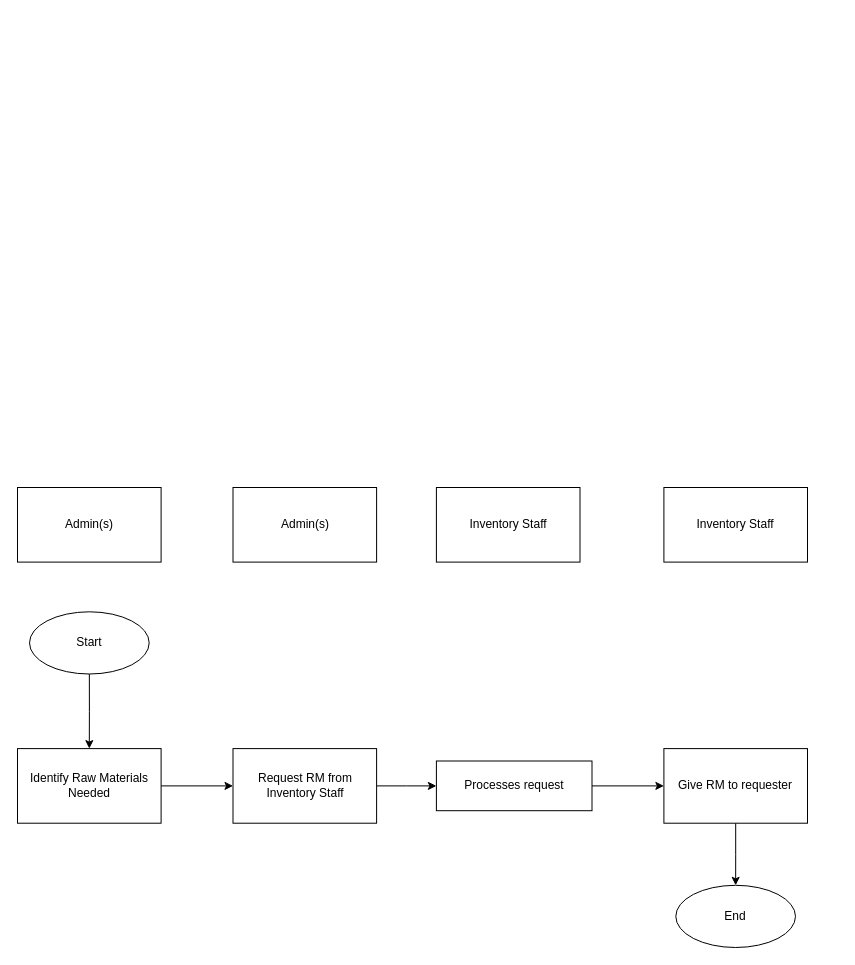
Before: page "(Process) Proposed Usage" (3 of 6) of docs/SugarCreationsFC.drawio in AllegoYuanPaolo/SC-Inventory-Project, a draw.io diagram. Source tidied: cells renumbered, new cells numbered last; positions are measured from the earlier drawing's top-left corner, leaving out a move shared by most shapes. Both pictures are drawn from the tidied source at 100%, with x=0, y=0 at pixel (17, 487).
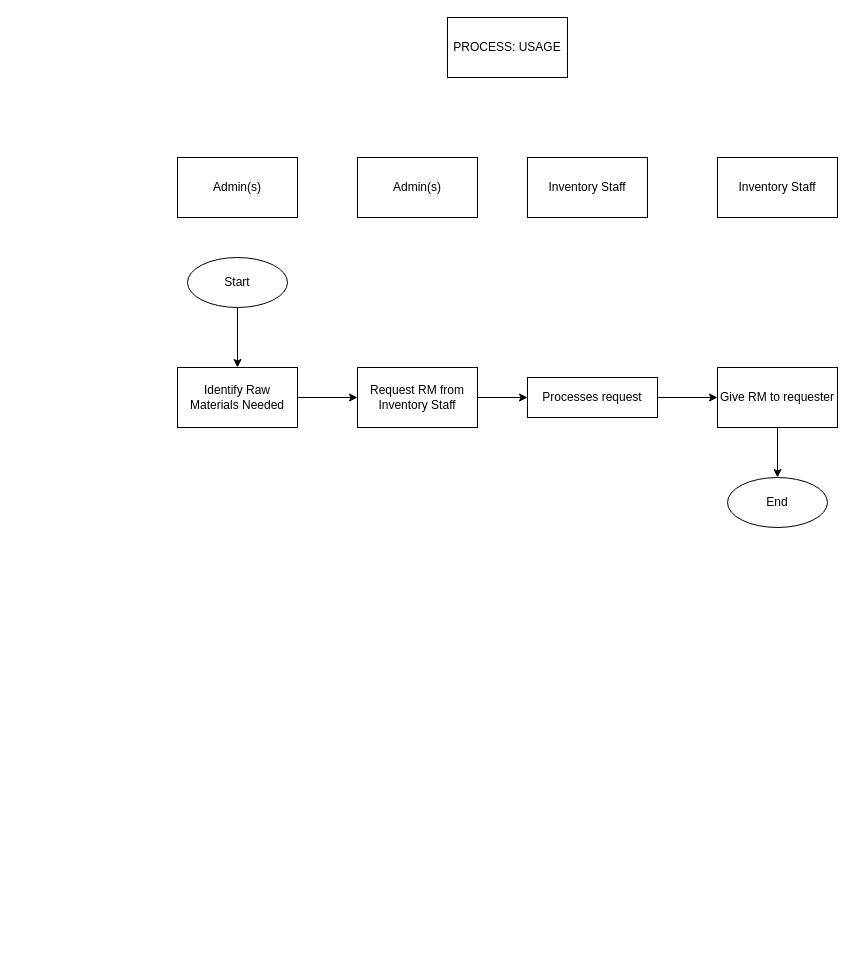
The same page after the edit.

What changed in the source:
```diff
@@
 <mxGraphModel>
   <root>
     <mxCell id="0" />
     <mxCell id="1" parent="0" />
-    <mxCell id="2" style="group;" parent="1" vertex="1">
-      <mxGeometry width="790" height="460" as="geometry" />
-    </mxCell>
-    <mxCell id="3" style="edgeStyle=orthogonalEdgeStyle;rounded=0;jettySize=auto;html=1;exitX=1;exitY=0.5;exitDx=0;exitDy=0;entryX=0;entryY=0.5;entryDx=0;entryDy=0;" parent="2" edge="1" source="4" target="8">
+    <mxCell id="3" style="edgeStyle=orthogonalEdgeStyle;rounded=0;jettySize=auto;html=1;exitX=1;exitY=0.5;exitDx=0;exitDy=0;entryX=0;entryY=0.5;entryDx=0;entryDy=0;" parent="1" edge="1" source="4" target="8">
       <mxGeometry relative="1" as="geometry" />
     </mxCell>
-    <mxCell id="4" value="Identify Raw Materials Needed" style="rounded=0;whiteSpace=wrap;html=1;" parent="2" vertex="1">
-      <mxGeometry y="261.1" width="143.6" height="74.6" as="geometry" />
+    <mxCell id="4" value="Identify Raw Materials Needed" style="rounded=0;whiteSpace=wrap;html=1;" parent="1" vertex="1">
+      <mxGeometry x="160" y="-120" width="120" height="60" as="geometry" />
     </mxCell>
-    <mxCell id="5" style="edgeStyle=orthogonalEdgeStyle;rounded=0;jettySize=auto;html=1;" parent="2" edge="1" source="6" target="10">
+    <mxCell id="5" style="edgeStyle=orthogonalEdgeStyle;rounded=0;jettySize=auto;html=1;" parent="1" edge="1" source="6" target="10">
       <mxGeometry relative="1" as="geometry" />
     </mxCell>
-    <mxCell id="6" value="Processes request" style="rounded=0;whiteSpace=wrap;html=1;" parent="2" vertex="1">
-      <mxGeometry x="418.9" y="273.5" width="155.6" height="49.7" as="geometry" />
+    <mxCell id="6" value="Processes request" style="rounded=0;whiteSpace=wrap;html=1;" parent="1" vertex="1">
+      <mxGeometry x="510" y="-110" width="130" height="40" as="geometry" />
     </mxCell>
-    <mxCell id="7" style="edgeStyle=orthogonalEdgeStyle;rounded=0;jettySize=auto;html=1;" parent="2" edge="1" source="8" target="6">
+    <mxCell id="7" style="edgeStyle=orthogonalEdgeStyle;rounded=0;jettySize=auto;html=1;" parent="1" edge="1" source="8" target="6">
       <mxGeometry relative="1" as="geometry" />
     </mxCell>
-    <mxCell id="8" value="Request RM from Inventory Staff" style="rounded=0;whiteSpace=wrap;html=1;" parent="2" vertex="1">
-      <mxGeometry x="215.5" y="261.1" width="143.6" height="74.6" as="geometry" />
+    <mxCell id="8" value="Request RM from Inventory Staff" style="rounded=0;whiteSpace=wrap;html=1;" parent="1" vertex="1">
+      <mxGeometry x="340" y="-120" width="120" height="60" as="geometry" />
     </mxCell>
-    <mxCell id="9" style="edgeStyle=orthogonalEdgeStyle;rounded=0;jettySize=auto;html=1;" parent="2" edge="1" source="10" target="14">
+    <mxCell id="9" style="edgeStyle=orthogonalEdgeStyle;rounded=0;jettySize=auto;html=1;" parent="1" edge="1" source="10" target="14">
       <mxGeometry relative="1" as="geometry" />
     </mxCell>
-    <mxCell id="10" value="Give RM to requester" style="rounded=0;whiteSpace=wrap;html=1;" parent="2" vertex="1">
-      <mxGeometry x="646.4" y="261.1" width="143.6" height="74.6" as="geometry" />
+    <mxCell id="10" value="Give RM to requester" style="rounded=0;whiteSpace=wrap;html=1;" parent="1" vertex="1">
+      <mxGeometry x="700" y="-120" width="120" height="60" as="geometry" />
     </mxCell>
-    <mxCell id="11" style="edgeStyle=orthogonalEdgeStyle;rounded=0;jettySize=auto;html=1;" parent="2" edge="1" source="12" target="4">
+    <mxCell id="11" style="edgeStyle=orthogonalEdgeStyle;rounded=0;jettySize=auto;html=1;" parent="1" edge="1" source="12" target="4">
       <mxGeometry relative="1" as="geometry" />
     </mxCell>
-    <mxCell id="12" value="Start" style="ellipse;whiteSpace=wrap;html=1;" parent="2" vertex="1">
-      <mxGeometry x="12" y="124.3" width="119.7" height="62.2" as="geometry" />
+    <mxCell id="12" value="Start" style="ellipse;whiteSpace=wrap;html=1;" parent="1" vertex="1">
+      <mxGeometry x="170" y="-230" width="100" height="50" as="geometry" />
     </mxCell>
-    <mxCell id="13" value="Admin(s)" style="rounded=0;whiteSpace=wrap;html=1;" parent="2" vertex="1">
-      <mxGeometry width="143.6" height="74.6" as="geometry" />
+    <mxCell id="13" value="Admin(s)" style="rounded=0;whiteSpace=wrap;html=1;" parent="1" vertex="1">
+      <mxGeometry x="160" y="-330" width="120" height="60" as="geometry" />
     </mxCell>
-    <mxCell id="14" value="End" style="ellipse;whiteSpace=wrap;html=1;" parent="2" vertex="1">
-      <mxGeometry x="658.3" y="397.8" width="119.7" height="62.2" as="geometry" />
+    <mxCell id="14" value="End" style="ellipse;whiteSpace=wrap;html=1;" parent="1" vertex="1">
+      <mxGeometry x="710" y="-10" width="100" height="50" as="geometry" />
     </mxCell>
-    <mxCell id="15" value="Admin(s)" style="rounded=0;whiteSpace=wrap;html=1;" parent="2" vertex="1">
-      <mxGeometry x="215.5" width="143.6" height="74.6" as="geometry" />
+    <mxCell id="15" value="Admin(s)" style="rounded=0;whiteSpace=wrap;html=1;" parent="1" vertex="1">
+      <mxGeometry x="340" y="-330" width="120" height="60" as="geometry" />
     </mxCell>
-    <mxCell id="16" value="Inventory Staff" style="rounded=0;whiteSpace=wrap;html=1;" parent="2" vertex="1">
-      <mxGeometry x="418.9" width="143.6" height="74.6" as="geometry" />
+    <mxCell id="16" value="Inventory Staff" style="rounded=0;whiteSpace=wrap;html=1;" parent="1" vertex="1">
+      <mxGeometry x="510" y="-330" width="120" height="60" as="geometry" />
     </mxCell>
-    <mxCell id="17" value="Inventory Staff" style="rounded=0;whiteSpace=wrap;html=1;" parent="2" vertex="1">
-      <mxGeometry x="646.4" width="143.6" height="74.6" as="geometry" />
+    <mxCell id="17" value="Inventory Staff" style="rounded=0;whiteSpace=wrap;html=1;" parent="1" vertex="1">
+      <mxGeometry x="700" y="-330" width="120" height="60" as="geometry" />
     </mxCell>
+    <mxCell id="18" value="PROCESS: USAGE" style="rounded=0;whiteSpace=wrap;html=1;" parent="1" vertex="1">
+      <mxGeometry x="430" y="-470" width="120" height="60" as="geometry" />
+    </mxCell>
   </root>
 </mxGraphModel>
```
